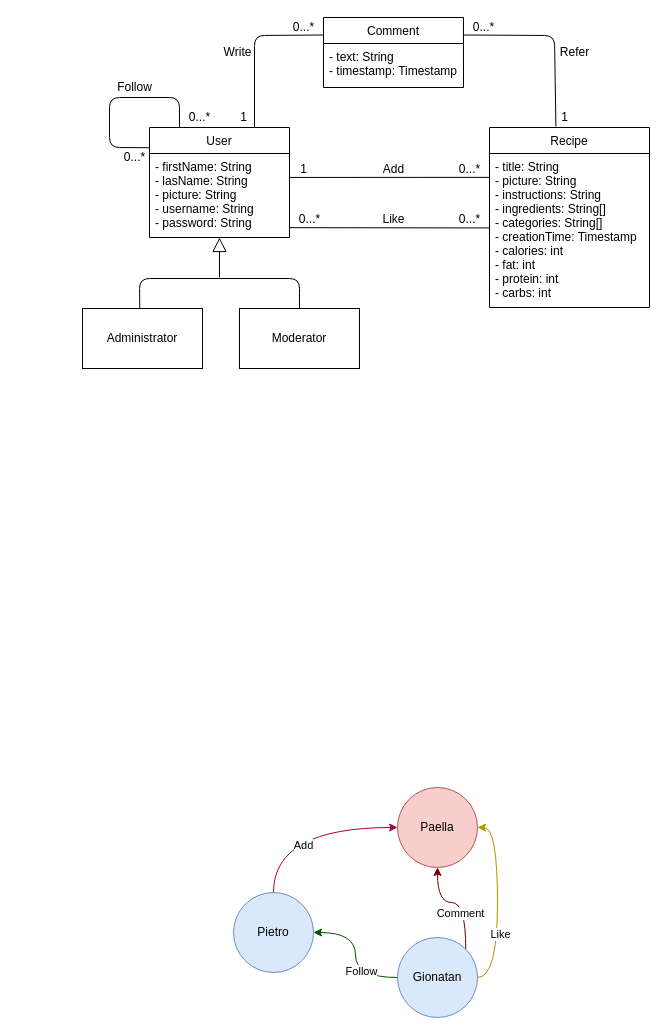
Earlier version of the draw.io diagram Documents/drawio/First Class Diagram.drawio (fraie98/JustRecipe). Source tidied: cells renumbered, new cells numbered last; positions are measured from the earlier drawing's top-left corner, leaving out a move shared by most shapes. Both pictures are drawn from the tidied source at 100%, with x=0, y=0 at pixel (82, 17).
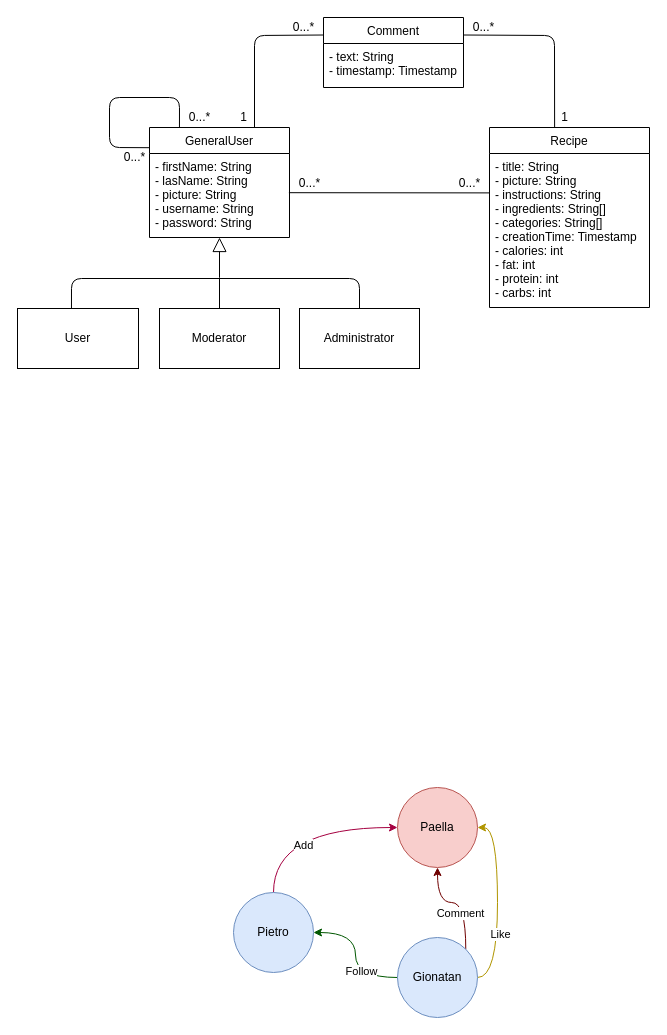
The same diagram, later.

Unchanged cells that the change refers to:
```xml
<mxCell id="4" value="- firstName: String&#10;- lasName: String&#10;- picture: String&#10;- username: String&#10;- password: String " style="text;strokeColor=none;fillColor=none;align=left;verticalAlign=top;spacingLeft=4;spacingRight=4;overflow=hidden;points=[[0,0.5],[1,0.5]];portConstraint=eastwest;" parent="3" vertex="1">
  <mxGeometry y="26" width="140" height="84" as="geometry" />
</mxCell>
<mxCell id="5" value="Recipe" style="swimlane;fontStyle=0;horizontal=1;startSize=26;fillColor=none;" parent="1" vertex="1">
  <mxGeometry x="407" y="110" width="160" height="180" as="geometry" />
</mxCell>
<mxCell id="6" value="- title: String&#10;- picture: String&#10;- instructions: String&#10;- ingredients: String[]&#10;- categories: String[]&#10;- creationTime: Timestamp&#10;- calories: int&#10;- fat: int&#10;- protein: int&#10;- carbs: int" style="text;strokeColor=none;fillColor=none;align=left;verticalAlign=top;spacingLeft=4;spacingRight=4;overflow=hidden;points=[[0,0.5],[1,0.5]];portConstraint=eastwest;" parent="5" vertex="1">
  <mxGeometry y="26" width="160" height="154" as="geometry" />
</mxCell>
<mxCell id="7" value="Comment" style="swimlane;fontStyle=0;horizontal=1;startSize=26;fillColor=none;" parent="1" vertex="1">
  <mxGeometry x="241" width="140" height="70" as="geometry" />
</mxCell>
```

The edit, as a diff of the source:
```diff
@@
-    <mxCell id="2" value="Administrator" style="rounded=0;whiteSpace=wrap;html=1;" parent="1" vertex="1">
-      <mxGeometry y="291" width="120" height="60" as="geometry" />
+    <mxCell id="2" value="User" style="rounded=0;whiteSpace=wrap;html=1;" parent="1" vertex="1">
+      <mxGeometry x="-65" y="291" width="121" height="60" as="geometry" />
     </mxCell>
-    <mxCell id="3" value="User" style="swimlane;fontStyle=0;horizontal=1;startSize=26;fillColor=none;" parent="1" vertex="1">
+    <mxCell id="3" value="GeneralUser" style="swimlane;fontStyle=0;horizontal=1;startSize=26;fillColor=none;" parent="1" vertex="1">
       <mxGeometry x="67" y="110" width="140" height="110" as="geometry" />
     </mxCell>
@@
-    <mxCell id="21" value="Moderator" style="rounded=0;whiteSpace=wrap;html=1;" parent="1" vertex="1">
-      <mxGeometry x="157" y="291" width="120" height="60" as="geometry" />
-    </mxCell>
-    <mxCell id="22" style="endArrow=none;html=1;exitX=0.477;exitY=-0.01;exitDx=0;exitDy=0;exitPerimeter=0;" parent="1" edge="1" source="2">
+    <mxCell id="22" style="endArrow=none;html=1;exitX=0.446;exitY=0;exitDx=0;exitDy=0;exitPerimeter=0;" parent="1" edge="1" source="2">
       <mxGeometry relative="1" as="geometry">
         <mxPoint x="137" y="261" as="targetPoint" />
         <Array as="points">
-          <mxPoint x="57" y="261" />
+          <mxPoint x="-11" y="261" />
         </Array>
       </mxGeometry>
     </mxCell>
-    <mxCell id="23" style="endArrow=none;html=1;exitX=0.5;exitY=0;exitDx=0;exitDy=0;" parent="1" edge="1" source="21">
+    <mxCell id="23" style="endArrow=none;html=1;exitX=0.5;exitY=0;exitDx=0;exitDy=0;" parent="1" edge="1">
       <mxGeometry relative="1" as="geometry">
+        <mxPoint x="277" y="291" as="sourcePoint" />
         <mxPoint x="137" y="261" as="targetPoint" />
         <Array as="points">
-          <mxPoint x="217" y="261" />
+          <mxPoint x="277" y="261" />
         </Array>
       </mxGeometry>
     </mxCell>
-    <mxCell id="24" style="endArrow=none;html=1;exitX=1.002;exitY=0.285;exitDx=0;exitDy=0;exitPerimeter=0;entryX=0;entryY=0.155;entryDx=0;entryDy=0;entryPerimeter=0;" parent="1" edge="1" source="4" target="6">
-      <mxGeometry relative="1" as="geometry" />
-    </mxCell>
-    <mxCell id="25" value="Add" style="text;html=1;align=center;verticalAlign=middle;" parent="1" vertex="1">
-      <mxGeometry x="291" y="142" width="40" height="20" as="geometry" />
-    </mxCell>
-    <mxCell id="26" value="1" style="text;html=1;align=center;verticalAlign=middle;" parent="1" vertex="1">
-      <mxGeometry x="211" y="142" width="20" height="20" as="geometry" />
-    </mxCell>
-    <mxCell id="27" value="0...*" style="text;html=1;align=center;verticalAlign=middle;" parent="1" vertex="1">
-      <mxGeometry x="367" y="142" width="40" height="20" as="geometry" />
-    </mxCell>
-    <mxCell id="28" value="Follow" style="text;html=1;align=center;verticalAlign=middle;" parent="1" vertex="1">
-      <mxGeometry x="27" y="60" width="50" height="20" as="geometry" />
-    </mxCell>
@@
-    <mxCell id="33" value="Write" style="text;html=1;align=center;verticalAlign=middle;" parent="1" vertex="1">
-      <mxGeometry x="135" y="25" width="40" height="20" as="geometry" />
-    </mxCell>
@@
-    <mxCell id="36" style="endArrow=none;html=1;entryX=1;entryY=0.25;entryDx=0;entryDy=0;exitX=0.415;exitY=-0.006;exitDx=0;exitDy=0;exitPerimeter=0;" parent="1" edge="1" source="5" target="7">
+    <mxCell id="36" style="endArrow=none;html=1;entryX=1;entryY=0.25;entryDx=0;entryDy=0;exitX=0.407;exitY=0;exitDx=0;exitDy=0;exitPerimeter=0;" parent="1" edge="1" source="5" target="7">
       <mxGeometry relative="1" as="geometry">
         <Array as="points">
           <mxPoint x="472" y="18" />
         </Array>
       </mxGeometry>
     </mxCell>
-    <mxCell id="37" value="Refer" style="text;html=1;align=center;verticalAlign=middle;" parent="1" vertex="1">
-      <mxGeometry x="472" y="25" width="40" height="20" as="geometry" />
-    </mxCell>
@@
-    <mxCell id="40" style="endArrow=none;html=1;entryX=1.002;entryY=0.922;entryDx=0;entryDy=0;entryPerimeter=0;exitX=0.996;exitY=0.883;exitDx=0;exitDy=0;exitPerimeter=0;" parent="1" edge="1" source="4" target="43">
-      <mxGeometry relative="1" as="geometry" />
+    <mxCell id="40" style="endArrow=none;html=1;entryX=1.002;entryY=0.922;entryDx=0;entryDy=0;entryPerimeter=0;exitX=0.996;exitY=0.883;exitDx=0;exitDy=0;exitPerimeter=0;" parent="1" edge="1">
+      <mxGeometry relative="1" as="geometry">
+        <mxPoint x="206.4" y="175.2" as="sourcePoint" />
+        <mxPoint x="407.1" y="175.4" as="targetPoint" />
+      </mxGeometry>
     </mxCell>
-    <mxCell id="41" value="Like" style="text;html=1;align=center;verticalAlign=middle;" parent="1" vertex="1">
-      <mxGeometry x="291" y="192" width="40" height="20" as="geometry" />
-    </mxCell>
     <mxCell id="42" value="0...*" style="text;html=1;align=center;verticalAlign=middle;" parent="1" vertex="1">
-      <mxGeometry x="207" y="192" width="40" height="20" as="geometry" />
+      <mxGeometry x="207" y="156" width="40" height="20" as="geometry" />
     </mxCell>
     <mxCell id="43" value="0...*" style="text;html=1;align=center;verticalAlign=middle;points=[];" parent="1" vertex="1">
-      <mxGeometry x="367" y="192" width="40" height="20" as="geometry" />
+      <mxGeometry x="367" y="156" width="40" height="20" as="geometry" />
     </mxCell>
+    <mxCell id="21" value="Moderator" style="rounded=0;whiteSpace=wrap;html=1;" parent="1" vertex="1">
+      <mxGeometry x="77" y="291" width="120" height="60" as="geometry" />
+    </mxCell>
+    <mxCell id="44" value="Administrator" style="rounded=0;whiteSpace=wrap;html=1;" parent="1" vertex="1">
+      <mxGeometry x="217" y="291" width="120" height="60" as="geometry" />
+    </mxCell>
+    <mxCell id="45" style="endArrow=none;html=1;exitX=0.5;exitY=0;exitDx=0;exitDy=0;" parent="1" edge="1" source="21">
+      <mxGeometry relative="1" as="geometry">
+        <mxPoint x="137" y="260" as="targetPoint" />
+      </mxGeometry>
+    </mxCell>
```
